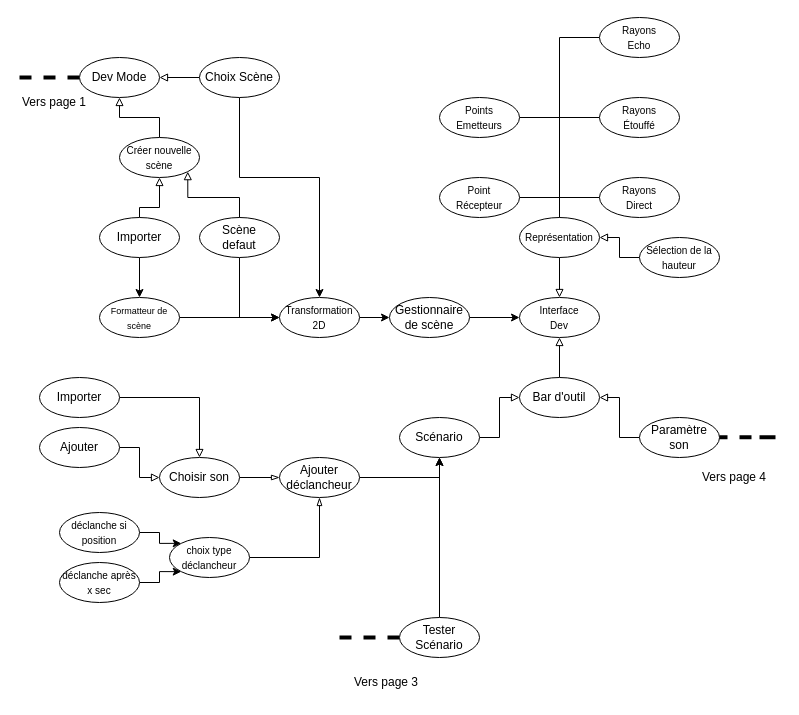
Cemecla/Acoustic-Tracing keeps this draw.io diagram as doc/UML/draw_format/UML_dev_mode.drawio. Above is the earlier version. Source tidied: cells renumbered, new cells numbered last; positions are measured from the earlier drawing's top-left corner, leaving out a move shared by most shapes. Both pictures are drawn from the tidied source at 100%, with x=0, y=0 at pixel (19, 17).
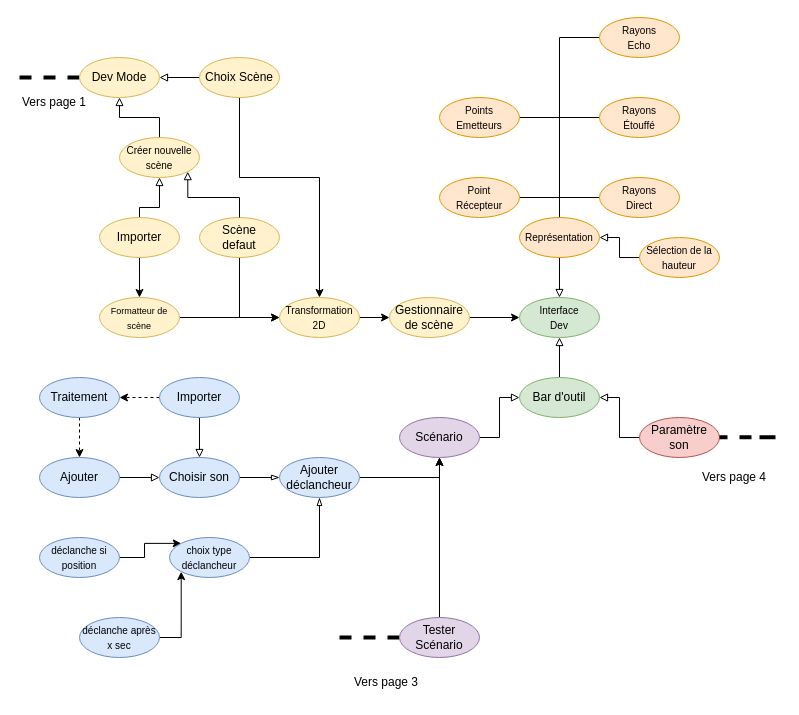
The same page after the edit.

What changed in the source:
```diff
@@
-    <mxCell id="3" value="Dev Mode" style="ellipse;whiteSpace=wrap;html=1;" parent="1" vertex="1">
+    <mxCell id="3" value="Dev Mode" style="ellipse;whiteSpace=wrap;html=1;fillColor=#fff2cc;strokeColor=#d6b656;" parent="1" vertex="1">
       <mxGeometry x="60" y="40" width="80" height="40" as="geometry" />
     </mxCell>
@@
-    <mxCell id="6" value="Tester Scénario" style="ellipse;whiteSpace=wrap;html=1;" parent="1" vertex="1">
+    <mxCell id="6" value="Tester Scénario" style="ellipse;whiteSpace=wrap;html=1;fillColor=#e1d5e7;strokeColor=#9673a6;" parent="1" vertex="1">
       <mxGeometry x="380" y="600" width="80" height="40" as="geometry" />
     </mxCell>
@@
-    <mxCell id="8" value="&lt;font style=&quot;font-size: 10px;&quot;&gt;Créer nouvelle scène&lt;/font&gt;" style="ellipse;whiteSpace=wrap;html=1;" parent="1" vertex="1">
+    <mxCell id="8" value="&lt;font style=&quot;font-size: 10px;&quot;&gt;Créer nouvelle scène&lt;/font&gt;" style="ellipse;whiteSpace=wrap;html=1;fillColor=#fff2cc;strokeColor=#d6b656;" parent="1" vertex="1">
       <mxGeometry x="100" y="120" width="80" height="40" as="geometry" />
     </mxCell>
@@
-    <mxCell id="15" value="&lt;font style=&quot;font-size: 10px;&quot;&gt;Représentation&lt;/font&gt;" style="ellipse;whiteSpace=wrap;html=1;" parent="1" vertex="1">
+    <mxCell id="15" value="&lt;font style=&quot;font-size: 10px;&quot;&gt;Représentation&lt;/font&gt;" style="ellipse;whiteSpace=wrap;html=1;fillColor=#ffe6cc;strokeColor=#d79b00;" parent="1" vertex="1">
       <mxGeometry x="500" y="200" width="80" height="40" as="geometry" />
     </mxCell>
@@
-    <mxCell id="17" value="Bar d'outil" style="ellipse;whiteSpace=wrap;html=1;" parent="1" vertex="1">
+    <mxCell id="17" value="Bar d'outil" style="ellipse;whiteSpace=wrap;html=1;fillColor=#d5e8d4;strokeColor=#82b366;" parent="1" vertex="1">
       <mxGeometry x="500" y="360" width="80" height="40" as="geometry" />
     </mxCell>
@@
-    <mxCell id="19" value="Scène&lt;div&gt;defaut&lt;/div&gt;" style="ellipse;whiteSpace=wrap;html=1;" parent="1" vertex="1">
+    <mxCell id="19" value="Scène&lt;div&gt;defaut&lt;/div&gt;" style="ellipse;whiteSpace=wrap;html=1;fillColor=#fff2cc;strokeColor=#d6b656;" parent="1" vertex="1">
       <mxGeometry x="180" y="200" width="80" height="40" as="geometry" />
     </mxCell>
@@
-    <mxCell id="22" value="Importer" style="ellipse;whiteSpace=wrap;html=1;" parent="1" vertex="1">
+    <mxCell id="22" value="Importer" style="ellipse;whiteSpace=wrap;html=1;fillColor=#fff2cc;strokeColor=#d6b656;" parent="1" vertex="1">
       <mxGeometry x="80" y="200" width="80" height="40" as="geometry" />
     </mxCell>
@@
-    <mxCell id="25" value="&lt;font style=&quot;font-size: 9px;&quot;&gt;Formatteur de scène&lt;/font&gt;" style="ellipse;whiteSpace=wrap;html=1;" parent="1" vertex="1">
+    <mxCell id="25" value="&lt;font style=&quot;font-size: 9px;&quot;&gt;Formatteur de scène&lt;/font&gt;" style="ellipse;whiteSpace=wrap;html=1;fillColor=#fff2cc;strokeColor=#d6b656;" parent="1" vertex="1">
       <mxGeometry x="80" y="280" width="80" height="40" as="geometry" />
     </mxCell>
@@
-    <mxCell id="27" value="Gestionnaire&lt;div&gt;de scène&lt;/div&gt;" style="ellipse;whiteSpace=wrap;html=1;" parent="1" vertex="1">
+    <mxCell id="27" value="Gestionnaire&lt;div&gt;de scène&lt;/div&gt;" style="ellipse;whiteSpace=wrap;html=1;fillColor=#fff2cc;strokeColor=#d6b656;" parent="1" vertex="1">
       <mxGeometry x="370" y="280" width="80" height="40" as="geometry" />
     </mxCell>
@@
-    <mxCell id="30" value="Choix Scène" style="ellipse;whiteSpace=wrap;html=1;" parent="1" vertex="1">
+    <mxCell id="30" value="Choix Scène" style="ellipse;whiteSpace=wrap;html=1;fillColor=#fff2cc;strokeColor=#d6b656;" parent="1" vertex="1">
       <mxGeometry x="180" y="40" width="80" height="40" as="geometry" />
     </mxCell>
@@
-    <mxCell id="32" value="&lt;font style=&quot;font-size: 10px;&quot;&gt;Transformation&lt;/font&gt;&lt;div&gt;&lt;font style=&quot;font-size: 10px;&quot;&gt;2D&lt;/font&gt;&lt;/div&gt;" style="ellipse;whiteSpace=wrap;html=1;" parent="1" vertex="1">
+    <mxCell id="32" value="&lt;font style=&quot;font-size: 10px;&quot;&gt;Transformation&lt;/font&gt;&lt;div&gt;&lt;font style=&quot;font-size: 10px;&quot;&gt;2D&lt;/font&gt;&lt;/div&gt;" style="ellipse;whiteSpace=wrap;html=1;fillColor=#fff2cc;strokeColor=#d6b656;" parent="1" vertex="1">
       <mxGeometry x="260" y="280" width="80" height="40" as="geometry" />
     </mxCell>
-    <mxCell id="33" value="&lt;span style=&quot;font-size: 10px;&quot;&gt;Interface&lt;/span&gt;&lt;div&gt;&lt;span style=&quot;font-size: 10px;&quot;&gt;Dev&lt;/span&gt;&lt;/div&gt;" style="ellipse;whiteSpace=wrap;html=1;" parent="1" vertex="1">
+    <mxCell id="33" value="&lt;span style=&quot;font-size: 10px;&quot;&gt;Interface&lt;/span&gt;&lt;div&gt;&lt;span style=&quot;font-size: 10px;&quot;&gt;Dev&lt;/span&gt;&lt;/div&gt;" style="ellipse;whiteSpace=wrap;html=1;fillColor=#d5e8d4;strokeColor=#82b366;" parent="1" vertex="1">
       <mxGeometry x="500" y="280" width="80" height="40" as="geometry" />
     </mxCell>
@@
-    <mxCell id="35" value="Scénario" style="ellipse;whiteSpace=wrap;html=1;" parent="1" vertex="1">
+    <mxCell id="35" value="Scénario" style="ellipse;whiteSpace=wrap;html=1;fillColor=#e1d5e7;strokeColor=#9673a6;" parent="1" vertex="1">
       <mxGeometry x="380" y="400" width="80" height="40" as="geometry" />
     </mxCell>
@@
-    <mxCell id="37" value="Paramètre&lt;br&gt;son" style="ellipse;whiteSpace=wrap;html=1;" parent="1" vertex="1">
+    <mxCell id="37" value="Paramètre&lt;br&gt;son" style="ellipse;whiteSpace=wrap;html=1;fillColor=#f8cecc;strokeColor=#b85450;" parent="1" vertex="1">
       <mxGeometry x="620" y="400" width="80" height="40" as="geometry" />
     </mxCell>
@@
-    <mxCell id="39" value="Ajouter&lt;div&gt;déclancheur&lt;/div&gt;" style="ellipse;whiteSpace=wrap;html=1;" parent="1" vertex="1">
+    <mxCell id="39" value="Ajouter&lt;div&gt;déclancheur&lt;/div&gt;" style="ellipse;whiteSpace=wrap;html=1;fillColor=#dae8fc;strokeColor=#6c8ebf;" parent="1" vertex="1">
       <mxGeometry x="260" y="440" width="80" height="40" as="geometry" />
     </mxCell>
@@
-    <mxCell id="41" value="Choisir son" style="ellipse;whiteSpace=wrap;html=1;" parent="1" vertex="1">
+    <mxCell id="41" value="Choisir son" style="ellipse;whiteSpace=wrap;html=1;fillColor=#dae8fc;strokeColor=#6c8ebf;" parent="1" vertex="1">
       <mxGeometry x="140" y="440" width="80" height="40" as="geometry" />
     </mxCell>
@@
-    <mxCell id="43" value="&lt;font style=&quot;font-size: 10px;&quot;&gt;déclanche si&lt;/font&gt;&lt;div&gt;&lt;font style=&quot;font-size: 10px;&quot;&gt;position&lt;/font&gt;&lt;/div&gt;" style="ellipse;whiteSpace=wrap;html=1;" parent="1" vertex="1">
-      <mxGeometry x="40" y="495" width="80" height="40" as="geometry" />
+    <mxCell id="43" value="&lt;font style=&quot;font-size: 10px;&quot;&gt;déclanche si&lt;/font&gt;&lt;div&gt;&lt;font style=&quot;font-size: 10px;&quot;&gt;position&lt;/font&gt;&lt;/div&gt;" style="ellipse;whiteSpace=wrap;html=1;fillColor=#dae8fc;strokeColor=#6c8ebf;" parent="1" vertex="1">
+      <mxGeometry x="20" y="520" width="80" height="40" as="geometry" />
     </mxCell>
@@
-    <mxCell id="45" value="&lt;font style=&quot;font-size: 10px;&quot;&gt;déclanche après&lt;/font&gt;&lt;div&gt;&lt;font style=&quot;font-size: 10px;&quot;&gt;x sec&lt;/font&gt;&lt;/div&gt;" style="ellipse;whiteSpace=wrap;html=1;" parent="1" vertex="1">
-      <mxGeometry x="40" y="545" width="80" height="40" as="geometry" />
+    <mxCell id="45" value="&lt;font style=&quot;font-size: 10px;&quot;&gt;déclanche après&lt;/font&gt;&lt;div&gt;&lt;font style=&quot;font-size: 10px;&quot;&gt;x sec&lt;/font&gt;&lt;/div&gt;" style="ellipse;whiteSpace=wrap;html=1;fillColor=#dae8fc;strokeColor=#6c8ebf;" parent="1" vertex="1">
+      <mxGeometry x="60" y="600" width="80" height="40" as="geometry" />
     </mxCell>
@@
-    <mxCell id="47" value="&lt;span style=&quot;font-size: 10px;&quot;&gt;choix type&lt;/span&gt;&lt;div&gt;&lt;span style=&quot;font-size: 10px;&quot;&gt;déclancheur&lt;/span&gt;&lt;/div&gt;" style="ellipse;whiteSpace=wrap;html=1;" parent="1" vertex="1">
+    <mxCell id="47" value="&lt;span style=&quot;font-size: 10px;&quot;&gt;choix type&lt;/span&gt;&lt;div&gt;&lt;span style=&quot;font-size: 10px;&quot;&gt;déclancheur&lt;/span&gt;&lt;/div&gt;" style="ellipse;whiteSpace=wrap;html=1;fillColor=#dae8fc;strokeColor=#6c8ebf;" parent="1" vertex="1">
       <mxGeometry x="150" y="520" width="80" height="40" as="geometry" />
     </mxCell>
@@
+    <mxCell id="63" style="edgeStyle=orthogonalEdgeStyle;rounded=0;jettySize=auto;html=1;entryX=1;entryY=0.5;entryDx=0;entryDy=0;dashed=1;" parent="1" edge="1" source="49" target="65">
+      <mxGeometry relative="1" as="geometry" />
+    </mxCell>
-    <mxCell id="49" value="Importer" style="ellipse;whiteSpace=wrap;html=1;" parent="1" vertex="1">
-      <mxGeometry x="20" y="360" width="80" height="40" as="geometry" />
+    <mxCell id="49" value="Importer" style="ellipse;whiteSpace=wrap;html=1;fillColor=#dae8fc;strokeColor=#6c8ebf;" parent="1" vertex="1">
+      <mxGeometry x="140" y="360" width="80" height="40" as="geometry" />
     </mxCell>
@@
-    <mxCell id="51" value="Ajouter" style="ellipse;whiteSpace=wrap;html=1;" parent="1" vertex="1">
-      <mxGeometry x="20" y="410" width="80" height="40" as="geometry" />
+    <mxCell id="51" value="Ajouter" style="ellipse;whiteSpace=wrap;html=1;fillColor=#dae8fc;strokeColor=#6c8ebf;" parent="1" vertex="1">
+      <mxGeometry x="20" y="440" width="80" height="40" as="geometry" />
     </mxCell>
@@
-    <mxCell id="53" value="&lt;span style=&quot;font-size: 10px;&quot;&gt;Point&lt;/span&gt;&lt;div&gt;&lt;span style=&quot;font-size: 10px;&quot;&gt;Récepteur&lt;/span&gt;&lt;/div&gt;" style="ellipse;whiteSpace=wrap;html=1;" parent="1" vertex="1">
+    <mxCell id="53" value="&lt;span style=&quot;font-size: 10px;&quot;&gt;Point&lt;/span&gt;&lt;div&gt;&lt;span style=&quot;font-size: 10px;&quot;&gt;Récepteur&lt;/span&gt;&lt;/div&gt;" style="ellipse;whiteSpace=wrap;html=1;fillColor=#ffe6cc;strokeColor=#d79b00;" parent="1" vertex="1">
       <mxGeometry x="420" y="160" width="80" height="40" as="geometry" />
     </mxCell>
-    <mxCell id="54" value="&lt;span style=&quot;font-size: 10px;&quot;&gt;Points&lt;/span&gt;&lt;div&gt;&lt;span style=&quot;font-size: 10px;&quot;&gt;Emetteurs&lt;/span&gt;&lt;/div&gt;" style="ellipse;whiteSpace=wrap;html=1;" parent="1" vertex="1">
+    <mxCell id="54" value="&lt;span style=&quot;font-size: 10px;&quot;&gt;Points&lt;/span&gt;&lt;div&gt;&lt;span style=&quot;font-size: 10px;&quot;&gt;Emetteurs&lt;/span&gt;&lt;/div&gt;" style="ellipse;whiteSpace=wrap;html=1;fillColor=#ffe6cc;strokeColor=#d79b00;" parent="1" vertex="1">
       <mxGeometry x="420" y="80" width="80" height="40" as="geometry" />
     </mxCell>
-    <mxCell id="55" value="&lt;span style=&quot;font-size: 10px;&quot;&gt;Rayons&lt;/span&gt;&lt;div&gt;&lt;span style=&quot;font-size: 10px;&quot;&gt;Echo&lt;/span&gt;&lt;/div&gt;" style="ellipse;whiteSpace=wrap;html=1;" parent="1" vertex="1">
+    <mxCell id="55" value="&lt;span style=&quot;font-size: 10px;&quot;&gt;Rayons&lt;/span&gt;&lt;div&gt;&lt;span style=&quot;font-size: 10px;&quot;&gt;Echo&lt;/span&gt;&lt;/div&gt;" style="ellipse;whiteSpace=wrap;html=1;fillColor=#ffe6cc;strokeColor=#d79b00;" parent="1" vertex="1">
       <mxGeometry x="580" width="80" height="40" as="geometry" />
     </mxCell>
-    <mxCell id="56" value="&lt;span style=&quot;font-size: 10px;&quot;&gt;Rayons&lt;/span&gt;&lt;div&gt;&lt;span style=&quot;font-size: 10px;&quot;&gt;Étouffé&lt;/span&gt;&lt;/div&gt;" style="ellipse;whiteSpace=wrap;html=1;" parent="1" vertex="1">
+    <mxCell id="56" value="&lt;span style=&quot;font-size: 10px;&quot;&gt;Rayons&lt;/span&gt;&lt;div&gt;&lt;span style=&quot;font-size: 10px;&quot;&gt;Étouffé&lt;/span&gt;&lt;/div&gt;" style="ellipse;whiteSpace=wrap;html=1;fillColor=#ffe6cc;strokeColor=#d79b00;" parent="1" vertex="1">
       <mxGeometry x="580" y="80" width="80" height="40" as="geometry" />
     </mxCell>
-    <mxCell id="57" value="&lt;span style=&quot;font-size: 10px;&quot;&gt;Rayons&lt;/span&gt;&lt;div&gt;&lt;span style=&quot;font-size: 10px;&quot;&gt;Direct&lt;/span&gt;&lt;/div&gt;" style="ellipse;whiteSpace=wrap;html=1;" parent="1" vertex="1">
+    <mxCell id="57" value="&lt;span style=&quot;font-size: 10px;&quot;&gt;Rayons&lt;/span&gt;&lt;div&gt;&lt;span style=&quot;font-size: 10px;&quot;&gt;Direct&lt;/span&gt;&lt;/div&gt;" style="ellipse;whiteSpace=wrap;html=1;fillColor=#ffe6cc;strokeColor=#d79b00;" parent="1" vertex="1">
       <mxGeometry x="580" y="160" width="80" height="40" as="geometry" />
     </mxCell>
@@
-    <mxCell id="59" value="&lt;font style=&quot;font-size: 10px;&quot;&gt;Sélection de la hauteur&lt;/font&gt;" style="ellipse;whiteSpace=wrap;html=1;" parent="1" vertex="1">
+    <mxCell id="59" value="&lt;font style=&quot;font-size: 10px;&quot;&gt;Sélection de la hauteur&lt;/font&gt;" style="ellipse;whiteSpace=wrap;html=1;fillColor=#ffe6cc;strokeColor=#d79b00;" parent="1" vertex="1">
       <mxGeometry x="620" y="220" width="80" height="40" as="geometry" />
     </mxCell>
@@
+    <mxCell id="64" style="edgeStyle=orthogonalEdgeStyle;rounded=0;jettySize=auto;html=1;entryX=0.5;entryY=0;entryDx=0;entryDy=0;dashed=1;" parent="1" edge="1" source="65" target="51">
+      <mxGeometry relative="1" as="geometry" />
+    </mxCell>
+    <mxCell id="65" value="Traitement" style="ellipse;whiteSpace=wrap;html=1;fillColor=#dae8fc;strokeColor=#6c8ebf;" parent="1" vertex="1">
+      <mxGeometry x="20" y="360" width="80" height="40" as="geometry" />
+    </mxCell>
```
